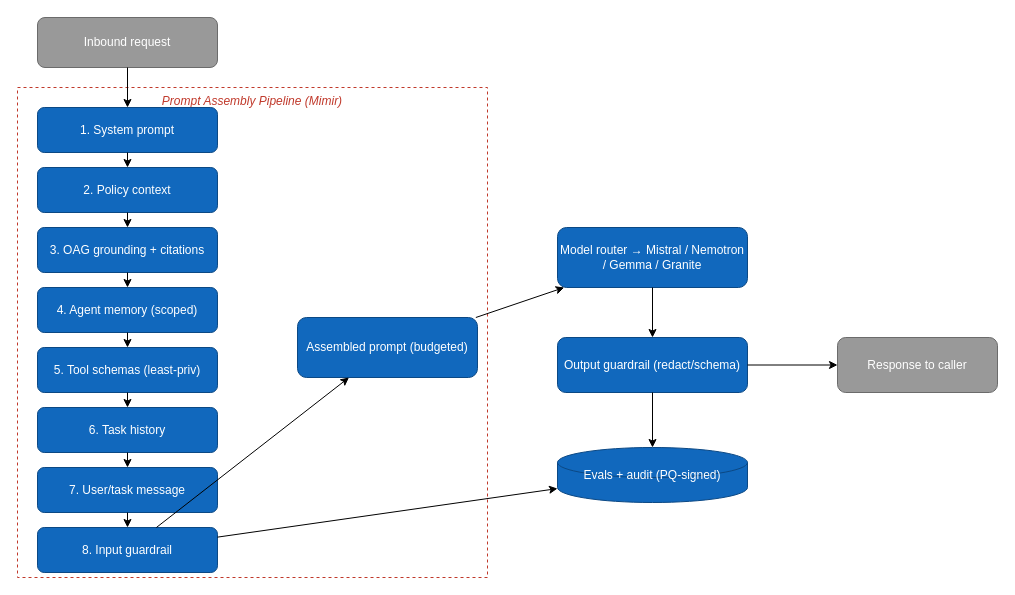
Above: docs/dev/diagrams/spec_prompt_pipeline.drawio in veldris-ltd/midgard-app (draw.io), before the change. Source tidied: cells renumbered, new cells numbered last; positions are measured from the earlier drawing's top-left corner, leaving out a move shared by most shapes. Both pictures are drawn from the tidied source at 100%, with x=0, y=0 at pixel (17, 17).
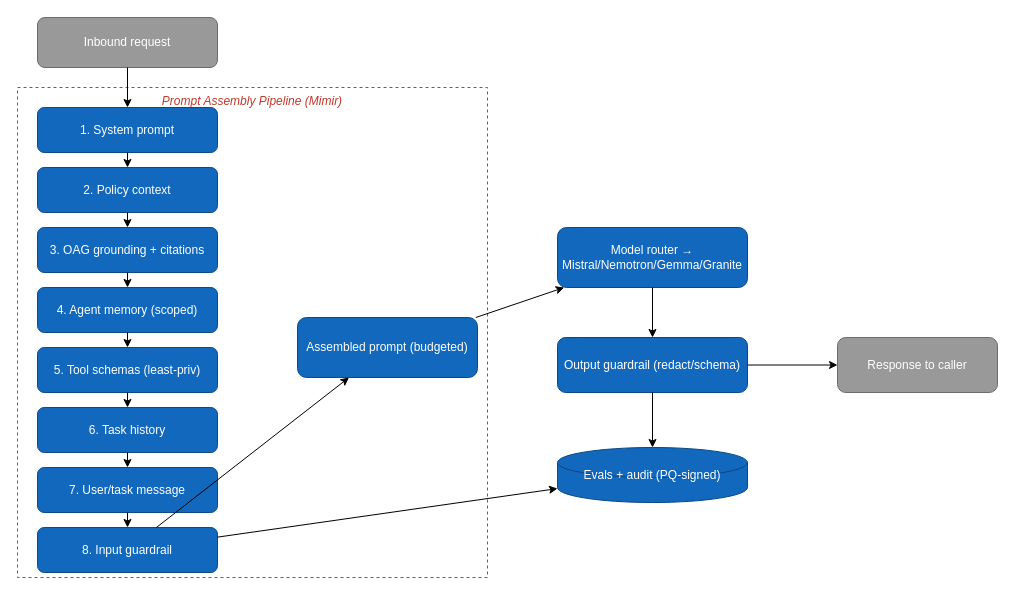
The same diagram, later.

Diff of the diagram source:
```diff
@@
-    <mxCell id="13" value="Model router → Mistral / Nemotron / Gemma / Granite" style="rounded=1;whiteSpace=wrap;html=1;fillColor=#1168BD;fontColor=#ffffff;strokeColor=#0B4884;" parent="1" vertex="1">
+    <mxCell id="13" value="Model router → Mistral/Nemotron/Gemma/Granite" style="rounded=1;whiteSpace=wrap;html=1;fillColor=#1168BD;fontColor=#ffffff;strokeColor=#0B4884;" parent="1" vertex="1">
       <mxGeometry x="540" y="210" width="190" height="60" as="geometry" />
     </mxCell>
```
